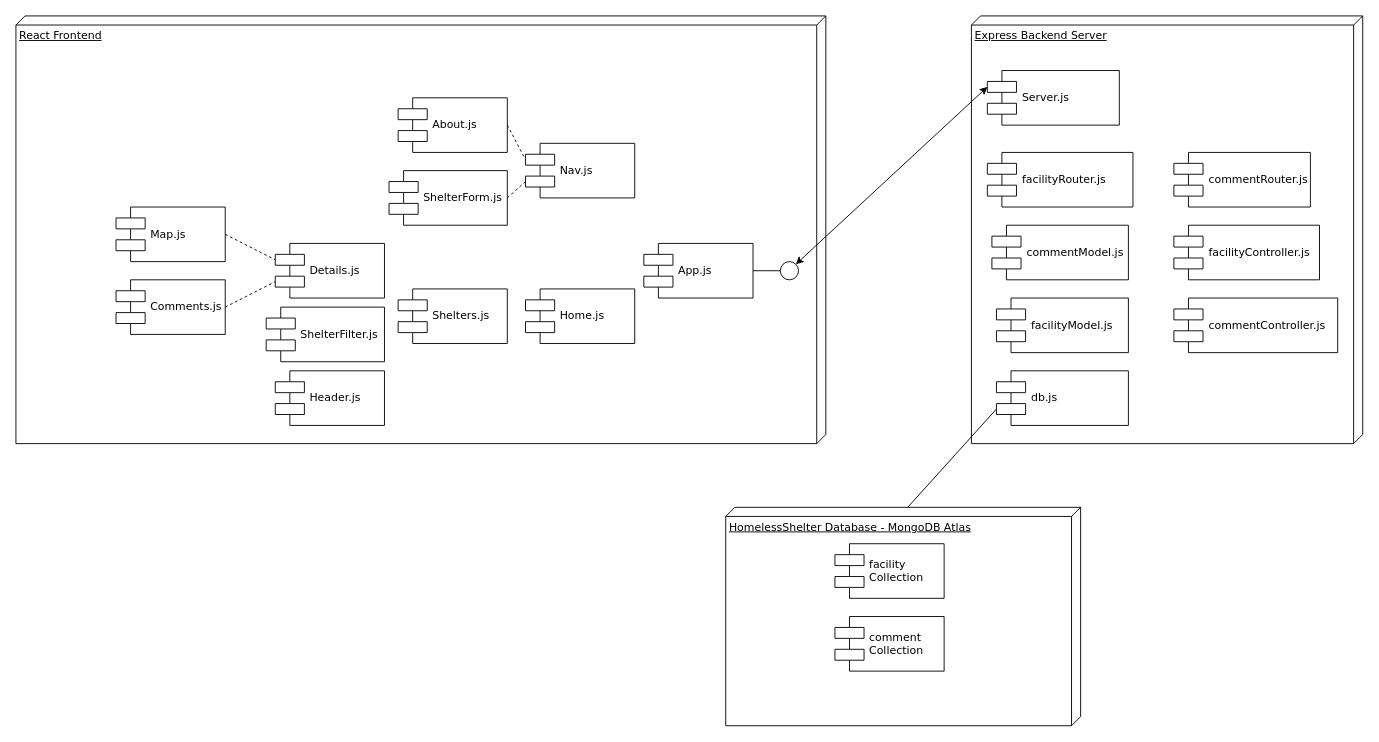
camiloko1989/Final_Project_3380_001 keeps this draw.io diagram as Untitled Diagram.drawio. Above is the earlier version. Source tidied: cells renumbered, new cells numbered last; positions are measured from the earlier drawing's top-left corner, leaving out a move shared by most shapes. Both pictures are drawn from the tidied source at 91%, with x=0, y=0 at pixel (15, 15).
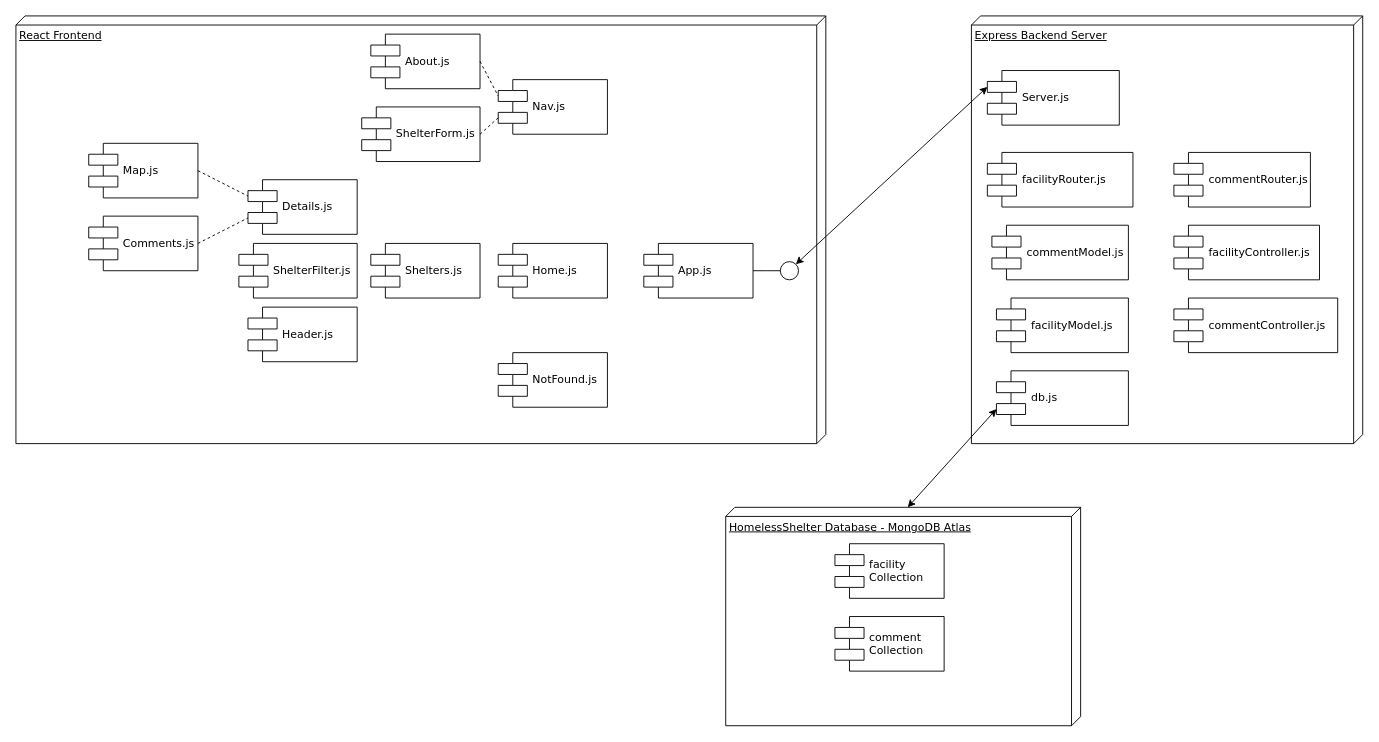
The same diagram, later.

Commit message:
updated NotFound component to diagram

The change refers to these unchanged cells:
```xml
<mxCell id="4" value="HomelessShelter Database - MongoDB Atlas" style="verticalAlign=top;align=left;spacingTop=8;spacingLeft=2;spacingRight=12;shape=cube;size=10;direction=south;fontStyle=4;html=1;rounded=0;shadow=0;comic=0;labelBackgroundColor=none;strokeWidth=1;fontFamily=Verdana;fontSize=12;" parent="1" vertex="1">
  <mxGeometry x="780" y="540" width="390" height="240" as="geometry" />
</mxCell>
<mxCell id="31" value="db.js" style="shape=component;align=left;spacingLeft=36;rounded=0;shadow=0;comic=0;labelBackgroundColor=none;strokeWidth=1;fontFamily=Verdana;fontSize=12;html=1;" parent="1" vertex="1">
  <mxGeometry x="1077.5" y="390" width="145" height="60" as="geometry" />
</mxCell>
```

The edit, as a diff of the source:
```diff
@@
     <mxCell id="9" value="Shelters.js" style="shape=component;align=left;spacingLeft=36;rounded=0;shadow=0;comic=0;labelBackgroundColor=none;strokeWidth=1;fontFamily=Verdana;fontSize=12;html=1;" parent="1" vertex="1">
-      <mxGeometry x="420" y="300" width="120" height="60" as="geometry" />
+      <mxGeometry x="390" y="250" width="120" height="60" as="geometry" />
     </mxCell>
     <mxCell id="10" value="Home.js" style="shape=component;align=left;spacingLeft=36;rounded=0;shadow=0;comic=0;labelBackgroundColor=none;strokeWidth=1;fontFamily=Verdana;fontSize=12;html=1;" parent="1" vertex="1">
-      <mxGeometry x="560" y="300" width="120" height="60" as="geometry" />
+      <mxGeometry x="530" y="250" width="120" height="60" as="geometry" />
     </mxCell>
     <mxCell id="11" value="Nav.js" style="shape=component;align=left;spacingLeft=36;rounded=0;shadow=0;comic=0;labelBackgroundColor=none;strokeWidth=1;fontFamily=Verdana;fontSize=12;html=1;" parent="1" vertex="1">
-      <mxGeometry x="560" y="140" width="120" height="60" as="geometry" />
+      <mxGeometry x="530" y="70" width="120" height="60" as="geometry" />
     </mxCell>
     <mxCell id="12" value="Header.js" style="shape=component;align=left;spacingLeft=36;rounded=0;shadow=0;comic=0;labelBackgroundColor=none;strokeWidth=1;fontFamily=Verdana;fontSize=12;html=1;" parent="1" vertex="1">
-      <mxGeometry x="285" y="390" width="120" height="60" as="geometry" />
+      <mxGeometry x="255" y="320" width="120" height="60" as="geometry" />
     </mxCell>
     <mxCell id="13" value="ShelterFilter.js" style="shape=component;align=left;spacingLeft=36;rounded=0;shadow=0;comic=0;labelBackgroundColor=none;strokeWidth=1;fontFamily=Verdana;fontSize=12;html=1;" parent="1" vertex="1">
-      <mxGeometry x="275" y="320" width="130" height="60" as="geometry" />
+      <mxGeometry x="245" y="250" width="130" height="60" as="geometry" />
     </mxCell>
     <mxCell id="14" value="ShelterForm.js" style="shape=component;align=left;spacingLeft=36;rounded=0;shadow=0;comic=0;labelBackgroundColor=none;strokeWidth=1;fontFamily=Verdana;fontSize=12;html=1;" parent="1" vertex="1">
-      <mxGeometry x="410" y="170" width="130" height="60" as="geometry" />
+      <mxGeometry x="380" y="100" width="130" height="60" as="geometry" />
     </mxCell>
     <mxCell id="15" value="Details.js" style="shape=component;align=left;spacingLeft=36;rounded=0;shadow=0;comic=0;labelBackgroundColor=none;strokeWidth=1;fontFamily=Verdana;fontSize=12;html=1;" parent="1" vertex="1">
-      <mxGeometry x="285" y="250" width="120" height="60" as="geometry" />
+      <mxGeometry x="255" y="180" width="120" height="60" as="geometry" />
     </mxCell>
     <mxCell id="16" value="About.js" style="shape=component;align=left;spacingLeft=36;rounded=0;shadow=0;comic=0;labelBackgroundColor=none;strokeWidth=1;fontFamily=Verdana;fontSize=12;html=1;" parent="1" vertex="1">
-      <mxGeometry x="420" y="90" width="120" height="60" as="geometry" />
+      <mxGeometry x="390" y="20" width="120" height="60" as="geometry" />
     </mxCell>
     <mxCell id="17" value="Map.js" style="shape=component;align=left;spacingLeft=36;rounded=0;shadow=0;comic=0;labelBackgroundColor=none;strokeWidth=1;fontFamily=Verdana;fontSize=12;html=1;" parent="1" vertex="1">
-      <mxGeometry x="110" y="210" width="120" height="60" as="geometry" />
+      <mxGeometry x="80" y="140" width="120" height="60" as="geometry" />
     </mxCell>
     <mxCell id="18" value="Comments.js" style="shape=component;align=left;spacingLeft=36;rounded=0;shadow=0;comic=0;labelBackgroundColor=none;strokeWidth=1;fontFamily=Verdana;fontSize=12;html=1;" parent="1" vertex="1">
-      <mxGeometry x="110" y="290" width="120" height="60" as="geometry" />
+      <mxGeometry x="80" y="220" width="120" height="60" as="geometry" />
     </mxCell>
@@
-    <mxCell id="21" style="endArrow=none;html=1;rounded=0;exitX=0;exitY=0;exitDx=0;exitDy=190;exitPerimeter=0;entryX=0;entryY=0.7;entryDx=0;entryDy=0;" parent="1" edge="1" source="4" target="31">
-      <mxGeometry relative="1" as="geometry" />
-    </mxCell>
@@
+    <mxCell id="34" value="NotFound.js" style="shape=component;align=left;spacingLeft=36;rounded=0;shadow=0;comic=0;labelBackgroundColor=none;strokeWidth=1;fontFamily=Verdana;fontSize=12;html=1;" parent="1" vertex="1">
+      <mxGeometry x="530" y="370" width="120" height="60" as="geometry" />
+    </mxCell>
+    <mxCell id="21" style="endArrow=classic;startArrow=classic;html=1;rounded=0;entryX=0;entryY=0.7;entryDx=0;entryDy=0;exitX=0;exitY=0;exitDx=0;exitDy=190;targetPerimeterSpacing=0;exitPerimeter=0;" parent="1" edge="1" source="4" target="31">
+      <mxGeometry relative="1" as="geometry" />
+    </mxCell>
```
